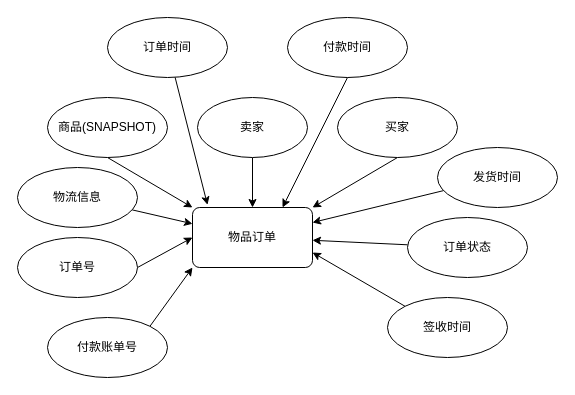
This is drawio/数据描述/er.drawio from expliyh/school-fish, a draw.io file, before an edit. Source tidied: cells renumbered, new cells numbered last; positions are measured from the earlier drawing's top-left corner, leaving out a move shared by most shapes. Both pictures are drawn from the tidied source at 100%, with x=0, y=0 at pixel (17, 17).
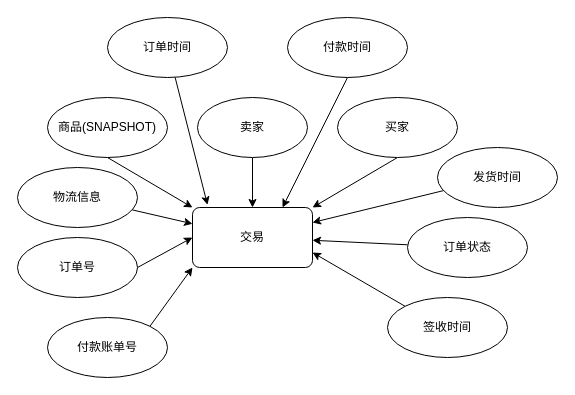
Above is the later version.

The edit, as a diff of the source:
```diff
@@
-    <mxCell id="2" value="物品订单" style="rounded=1;whiteSpace=wrap;html=1;arcSize=12;" parent="1" vertex="1">
+    <mxCell id="2" value="交易" style="rounded=1;whiteSpace=wrap;html=1;arcSize=12;" parent="1" vertex="1">
       <mxGeometry x="175" y="190" width="120" height="60" as="geometry" />
     </mxCell>
```
